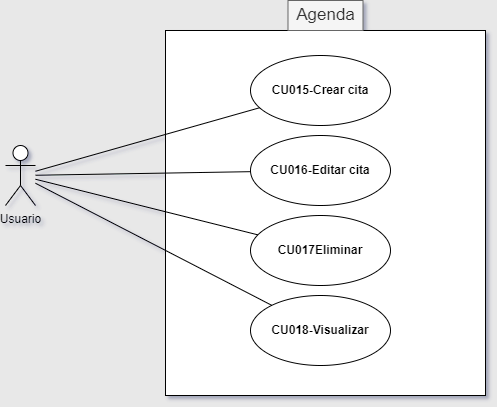
CH3MOO/SpecialityX keeps this draw.io diagram as CU003_Agenda.png. Above is the earlier version. Source tidied: cells renumbered, new cells last; positions are measured from the earlier drawing's top-left corner, leaving out a move shared by most shapes.
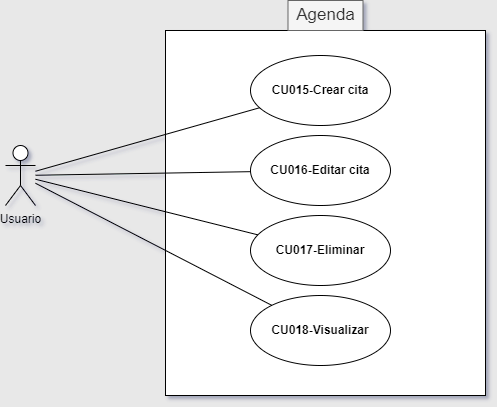
After the change.

The edit, as a diff of the source:
```diff
@@ -17,7 +17,7 @@
     <mxCell id="6" value="CU016-Editar cita" style="ellipse;whiteSpace=wrap;html=1;fontStyle=1;" parent="1" vertex="1">
       <mxGeometry x="245" y="135" width="140" height="70" as="geometry" />
     </mxCell>
-    <mxCell id="7" value="CU017Eliminar" style="ellipse;whiteSpace=wrap;html=1;fontStyle=1;" parent="1" vertex="1">
+    <mxCell id="7" value="CU017-Eliminar" style="ellipse;whiteSpace=wrap;html=1;fontStyle=1;" parent="1" vertex="1">
       <mxGeometry x="245" y="215" width="140" height="70" as="geometry" />
     </mxCell>
     <mxCell id="8" value="CU018-Visualizar" style="ellipse;whiteSpace=wrap;html=1;fontStyle=1;" parent="1" vertex="1">
```
